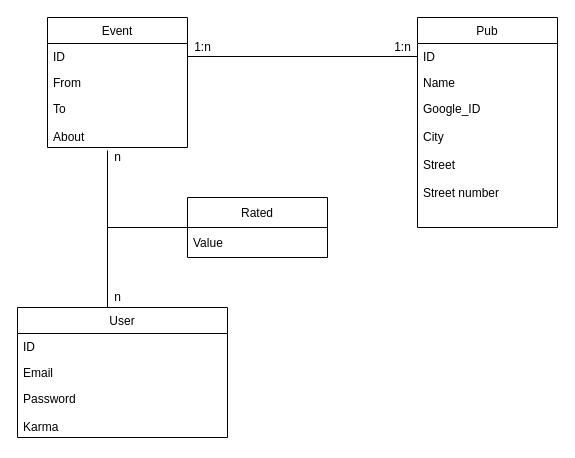
Earlier version of the draw.io diagram page "er" (2 of 2) of Diagrams.drawio (xbabka01/-Drinkward). Source tidied: cells renumbered, new cells numbered last; positions are measured from the earlier drawing's top-left corner, leaving out a move shared by most shapes. Both pictures are drawn from the tidied source at 100%, with x=0, y=0 at pixel (17, 17).
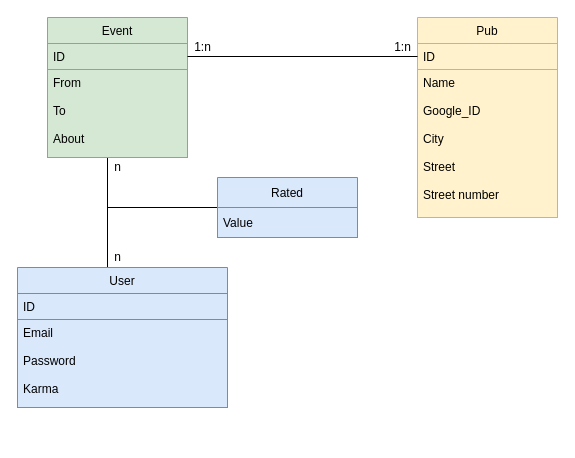
Above is the later version.

Change to the diagram source:
```diff
@@
+    <mxCell id="10" style="edgeStyle=orthogonalEdgeStyle;rounded=0;jettySize=auto;html=1;endArrow=none;endFill=0;" parent="1" edge="1" source="11">
+      <mxGeometry relative="1" as="geometry">
+        <mxPoint x="90" y="133" as="targetPoint" />
+        <Array as="points">
+          <mxPoint x="90" y="133" />
+        </Array>
+      </mxGeometry>
+    </mxCell>
-    <mxCell id="2" value="Event" style="swimlane;fontStyle=0;horizontal=1;startSize=26;fillColor=none;" parent="1" vertex="1">
-      <mxGeometry x="30" width="140" height="130" as="geometry" />
+    <mxCell id="2" value="Event" style="swimlane;fontStyle=0;horizontal=1;startSize=26;fillColor=#d5e8d4;strokeColor=#82b366;" parent="1" vertex="1">
+      <mxGeometry x="30" width="140" height="140" as="geometry" />
     </mxCell>
-    <mxCell id="3" value="ID   &#10;&#10;" style="text;strokeColor=none;fillColor=none;align=left;verticalAlign=top;spacingLeft=4;spacingRight=4;overflow=hidden;points=[[0,0.5],[1,0.5]];portConstraint=eastwest;" parent="2" vertex="1">
+    <mxCell id="3" value="ID   &#10;&#10;" style="text;strokeColor=#82b366;fillColor=#d5e8d4;align=left;verticalAlign=top;spacingLeft=4;spacingRight=4;overflow=hidden;points=[[0,0.5],[1,0.5]];portConstraint=eastwest;" parent="2" vertex="1">
       <mxGeometry y="26" width="140" height="26" as="geometry" />
     </mxCell>
-    <mxCell id="4" value="From" style="text;strokeColor=none;fillColor=none;align=left;verticalAlign=top;spacingLeft=4;spacingRight=4;overflow=hidden;" parent="2" vertex="1">
-      <mxGeometry y="52" width="140" height="26" as="geometry" />
-    </mxCell>
-    <mxCell id="5" value="To&#10;&#10;About&#10;" style="text;strokeColor=none;fillColor=none;align=left;verticalAlign=top;spacingLeft=4;spacingRight=4;overflow=hidden;" parent="2" vertex="1">
-      <mxGeometry y="78" width="140" height="52" as="geometry" />
+    <mxCell id="5" value="From&#10;&#10;To&#10;&#10;About&#10;" style="text;strokeColor=#82b366;fillColor=#d5e8d4;align=left;verticalAlign=top;spacingLeft=4;spacingRight=4;overflow=hidden;" parent="2" vertex="1">
+      <mxGeometry y="52" width="140" height="88" as="geometry" />
     </mxCell>
-    <mxCell id="6" value="Pub" style="swimlane;fontStyle=0;horizontal=1;startSize=26;fillColor=none;" parent="1" vertex="1">
-      <mxGeometry x="400" width="140" height="210" as="geometry" />
+    <mxCell id="6" value="Pub" style="swimlane;fontStyle=0;horizontal=1;startSize=26;fillColor=#fff2cc;strokeColor=#d6b656;" parent="1" vertex="1">
+      <mxGeometry x="400" width="140" height="200" as="geometry" />
     </mxCell>
-    <mxCell id="7" value="ID&#10;" style="text;strokeColor=none;fillColor=none;align=left;verticalAlign=top;spacingLeft=4;spacingRight=4;overflow=hidden;points=[[0,0.5],[1,0.5]];portConstraint=eastwest;" parent="6" vertex="1">
+    <mxCell id="7" value="ID&#10;" style="text;strokeColor=#d6b656;fillColor=#fff2cc;align=left;verticalAlign=top;spacingLeft=4;spacingRight=4;overflow=hidden;points=[[0,0.5],[1,0.5]];portConstraint=eastwest;" parent="6" vertex="1">
       <mxGeometry y="26" width="140" height="26" as="geometry" />
     </mxCell>
-    <mxCell id="8" value="Name" style="text;strokeColor=none;fillColor=none;align=left;verticalAlign=top;spacingLeft=4;spacingRight=4;overflow=hidden;" parent="6" vertex="1">
-      <mxGeometry y="52" width="140" height="26" as="geometry" />
-    </mxCell>
-    <mxCell id="9" value="Google_ID&#10;&#10;City&#10;&#10;Street&#10;&#10;Street number&#10;" style="text;strokeColor=none;fillColor=none;align=left;verticalAlign=top;spacingLeft=4;spacingRight=4;overflow=hidden;" parent="6" vertex="1">
-      <mxGeometry y="78" width="140" height="132" as="geometry" />
+    <mxCell id="9" value="Name&#10;&#10;Google_ID&#10;&#10;City&#10;&#10;Street&#10;&#10;Street number&#10;" style="text;strokeColor=#d6b656;fillColor=#fff2cc;align=left;verticalAlign=top;spacingLeft=4;spacingRight=4;overflow=hidden;" parent="6" vertex="1">
+      <mxGeometry y="52" width="140" height="148" as="geometry" />
     </mxCell>
-    <mxCell id="10" style="edgeStyle=orthogonalEdgeStyle;rounded=0;jettySize=auto;html=1;endArrow=none;endFill=0;" parent="1" edge="1" source="11">
-      <mxGeometry relative="1" as="geometry">
-        <mxPoint x="90" y="133" as="targetPoint" />
-        <Array as="points">
-          <mxPoint x="90" y="133" />
-        </Array>
-      </mxGeometry>
-    </mxCell>
-    <mxCell id="11" value="User" style="swimlane;fontStyle=0;horizontal=1;startSize=26;fillColor=none;" parent="1" vertex="1">
-      <mxGeometry y="290" width="210" height="130" as="geometry" />
+    <mxCell id="11" value="User" style="swimlane;fontStyle=0;horizontal=1;startSize=26;fillColor=#dae8fc;strokeColor=#6c8ebf;" parent="1" vertex="1">
+      <mxGeometry y="250" width="210" height="140" as="geometry" />
     </mxCell>
-    <mxCell id="12" value="ID  &#10;    &#10;" style="text;strokeColor=none;fillColor=none;align=left;verticalAlign=top;spacingLeft=4;spacingRight=4;overflow=hidden;fontStyle=0;" parent="11" vertex="1">
+    <mxCell id="12" value="ID  &#10;    &#10;" style="text;strokeColor=#6c8ebf;fillColor=#dae8fc;align=left;verticalAlign=top;spacingLeft=4;spacingRight=4;overflow=hidden;fontStyle=0;" parent="11" vertex="1">
       <mxGeometry y="26" width="210" height="26" as="geometry" />
     </mxCell>
-    <mxCell id="13" value="Email" style="text;strokeColor=none;fillColor=none;align=left;verticalAlign=top;spacingLeft=4;spacingRight=4;overflow=hidden;" parent="11" vertex="1">
-      <mxGeometry y="52" width="210" height="26" as="geometry" />
-    </mxCell>
-    <mxCell id="14" value="Password&#10;&#10;Karma&#10;" style="text;strokeColor=none;fillColor=none;align=left;verticalAlign=top;spacingLeft=4;spacingRight=4;overflow=hidden;" parent="11" vertex="1">
-      <mxGeometry y="78" width="210" height="52" as="geometry" />
+    <mxCell id="14" value="Email&#10;&#10;Password&#10;&#10;Karma&#10;&#10;&#10;" style="text;strokeColor=#6c8ebf;fillColor=#dae8fc;align=left;verticalAlign=top;spacingLeft=4;spacingRight=4;overflow=hidden;" parent="11" vertex="1">
+      <mxGeometry y="52" width="210" height="88" as="geometry" />
     </mxCell>
@@
-    <mxCell id="16" value="1:n" style="text;html=1;align=center;verticalAlign=middle;strokeColor=none;fillColor=none;" parent="1" vertex="1">
+    <mxCell id="16" value="1:n" style="text;html=1;align=center;verticalAlign=middle;" parent="1" vertex="1">
       <mxGeometry x="170" y="20" width="30" height="20" as="geometry" />
     </mxCell>
@@
     <mxCell id="18" style="edgeStyle=orthogonalEdgeStyle;rounded=0;jettySize=auto;html=1;endArrow=none;endFill=0;" parent="1" edge="1" source="19">
       <mxGeometry relative="1" as="geometry">
-        <mxPoint x="90" y="210" as="targetPoint" />
+        <mxPoint x="90" y="190" as="targetPoint" />
       </mxGeometry>
     </mxCell>
-    <mxCell id="19" value="Rated" style="swimlane;fontStyle=0;horizontal=1;startSize=30;" parent="1" vertex="1">
-      <mxGeometry x="170" y="180" width="140" height="60" as="geometry" />
+    <mxCell id="19" value="Rated" style="swimlane;fontStyle=0;horizontal=1;startSize=30;fillColor=#dae8fc;strokeColor=#6c8ebf;" parent="1" vertex="1">
+      <mxGeometry x="200" y="160" width="140" height="60" as="geometry" />
     </mxCell>
-    <mxCell id="20" value="Value" style="text;strokeColor=none;fillColor=none;align=left;verticalAlign=middle;spacingLeft=4;spacingRight=4;overflow=hidden;" parent="19" vertex="1">
+    <mxCell id="20" value="Value" style="text;strokeColor=#6c8ebf;fillColor=#dae8fc;align=left;verticalAlign=middle;spacingLeft=4;spacingRight=4;overflow=hidden;" parent="19" vertex="1">
       <mxGeometry y="30" width="140" height="30" as="geometry" />
     </mxCell>
-    <mxCell id="21" value="n" style="text;html=1;align=center;verticalAlign=middle;strokeColor=none;fillColor=none;" parent="1" vertex="1">
-      <mxGeometry x="90" y="130" width="20" height="20" as="geometry" />
+    <mxCell id="21" value="n" style="text;html=1;align=center;verticalAlign=middle;" parent="1" vertex="1">
+      <mxGeometry x="90" y="140" width="20" height="20" as="geometry" />
     </mxCell>
     <mxCell id="22" value="n" style="text;html=1;align=center;verticalAlign=middle;strokeColor=none;fillColor=none;" parent="1" vertex="1">
-      <mxGeometry x="90" y="270" width="20" height="20" as="geometry" />
+      <mxGeometry x="90" y="230" width="20" height="20" as="geometry" />
     </mxCell>
```
